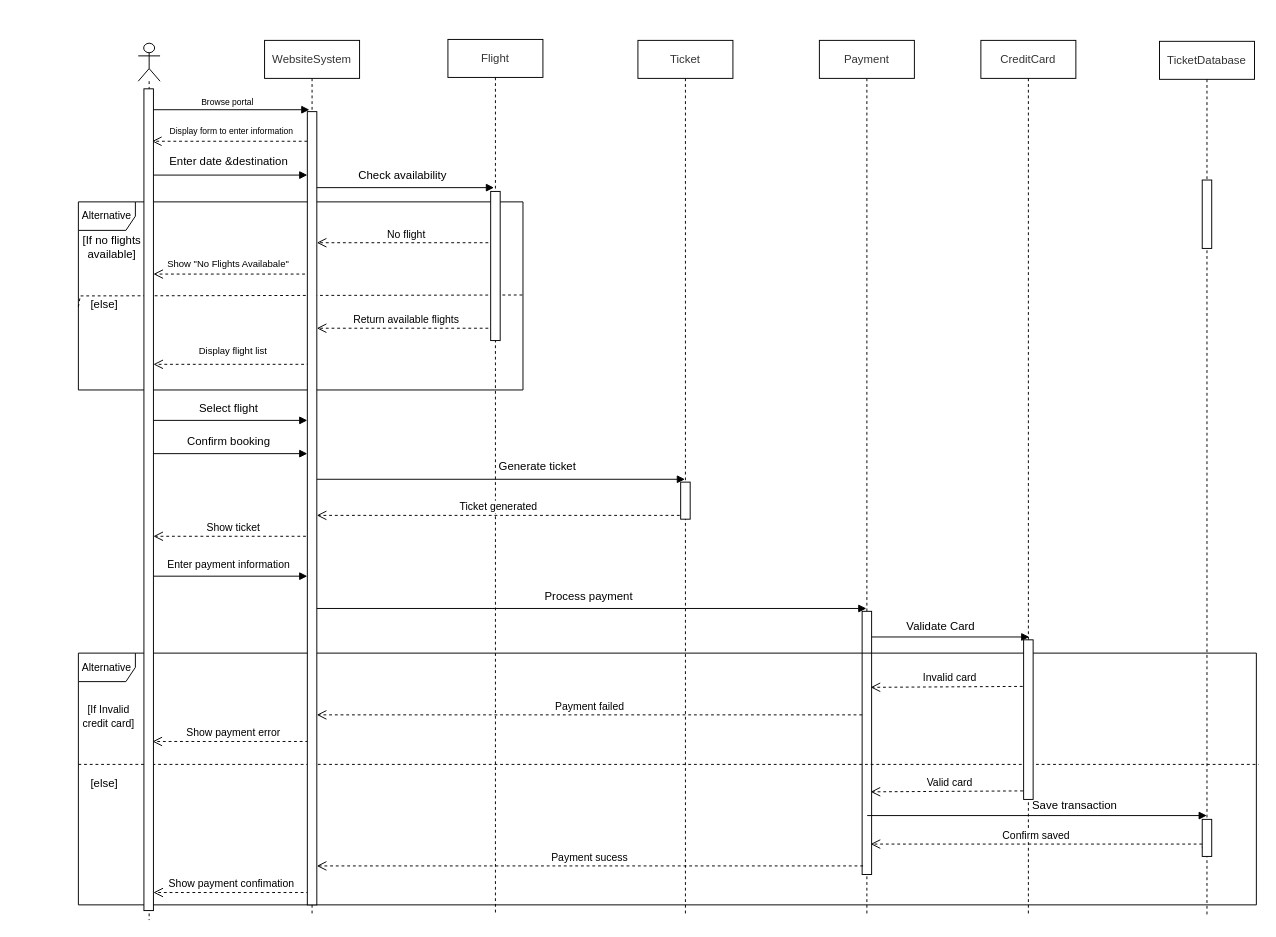
This is sequence.drawio from huyTrinhVAn/Draw-Io-Repo, a draw.io file, before an edit. Source tidied: cells renumbered, new cells numbered last; positions are measured from the earlier drawing's top-left corner, leaving out a move shared by most shapes. Both pictures are drawn from the tidied source at 95%, with x=0, y=0 at pixel (16, 39).
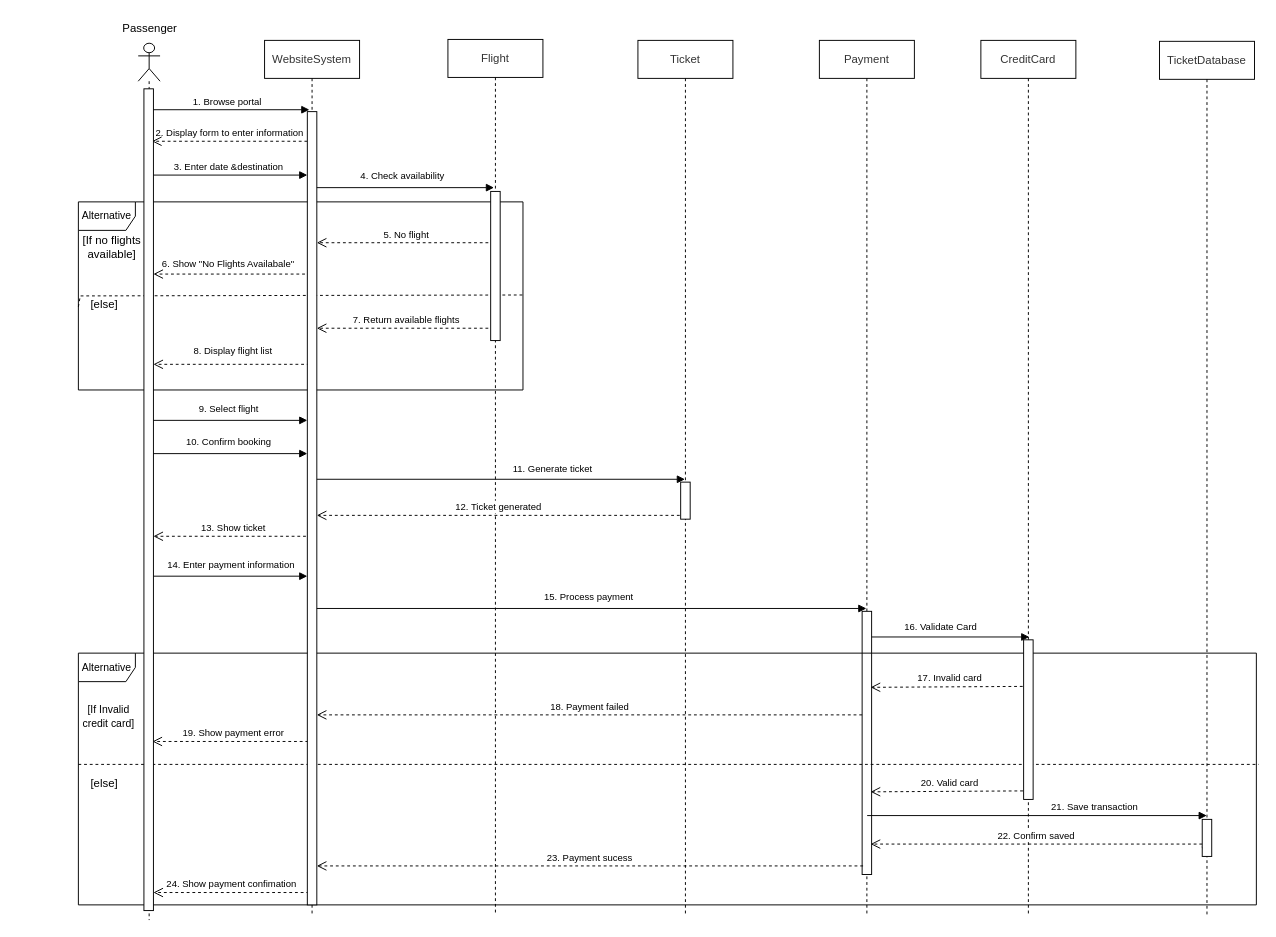
The same diagram, later.

Commit message:
Cập nhật sequence.drawio

Unchanged cells that the change refers to:
```xml
<mxCell id="3" value="&lt;span style=&quot;color: rgb(51, 51, 51); font-family: arial, sans-serif; text-wrap-mode: nowrap; background-color: rgb(255, 255, 255);&quot;&gt;&lt;font style=&quot;font-size: 12px;&quot;&gt;WebsiteSystem&lt;/font&gt;&lt;/span&gt;" style="shape=umlLifeline;perimeter=lifelinePerimeter;whiteSpace=wrap;html=1;outlineConnect=0;portConstraint=eastwest;newEdgeStyle={&quot;curved&quot;:0,&quot;rounded&quot;:0};" parent="1" vertex="1">
  <mxGeometry x="261" y="1" width="100" height="922" as="geometry" />
</mxCell>
<mxCell id="57" style="html=1;points=[[0,0,0,0,5],[0,1,0,0,-5],[1,0,0,0,5],[1,1,0,0,-5]];perimeter=orthogonalPerimeter;outlineConnect=0;targetShapes=umlLifeline;portConstraint=eastwest;newEdgeStyle={&quot;curved&quot;:0,&quot;rounded&quot;:0};" parent="56" vertex="1">
  <mxGeometry x="6" y="48" width="10" height="865" as="geometry" />
</mxCell>
<mxCell id="59" style="html=1;points=[[0,0,0,0,5],[0,1,0,0,-5],[1,0,0,0,5],[1,1,0,0,-5]];perimeter=orthogonalPerimeter;outlineConnect=0;targetShapes=umlLifeline;portConstraint=eastwest;newEdgeStyle={&quot;curved&quot;:0,&quot;rounded&quot;:0};" parent="1" vertex="1">
  <mxGeometry x="306" y="76" width="10" height="835" as="geometry" />
</mxCell>
<mxCell id="63" style="html=1;points=[[0,0,0,0,5],[0,1,0,0,-5],[1,0,0,0,5],[1,1,0,0,-5]];perimeter=orthogonalPerimeter;outlineConnect=0;targetShapes=umlLifeline;portConstraint=eastwest;newEdgeStyle={&quot;curved&quot;:0,&quot;rounded&quot;:0};" parent="1" vertex="1">
  <mxGeometry x="1248" y="821" width="10" height="39" as="geometry" />
</mxCell>
```

What changed in the source:
```diff
@@
-    <mxCell id="10" style="html=1;perimeter=orthogonalPerimeter;targetShapes=umlLifeline;newEdgeStyle={&quot;curved&quot;:0,&quot;rounded&quot;:0};" parent="1" vertex="1">
-      <mxGeometry x="1248" y="148" width="10" height="72" as="geometry" />
-    </mxCell>
@@
-    <mxCell id="12" value="&lt;font style=&quot;font-size: 9px;&quot;&gt;Browse portal&amp;nbsp;&lt;/font&gt;" style="text;html=1;align=center;verticalAlign=middle;whiteSpace=wrap;rounded=0;" parent="1" vertex="1">
+    <mxCell id="12" value="&lt;font style=&quot;font-size: 10px;&quot;&gt;1. Browse portal&amp;nbsp;&lt;/font&gt;" style="text;html=1;align=center;verticalAlign=middle;whiteSpace=wrap;rounded=0;" parent="1" vertex="1">
       <mxGeometry x="162.5" y="58" width="121" height="16" as="geometry" />
     </mxCell>
@@
-    <mxCell id="14" value="Enter date &amp;amp;destination" style="text;html=1;align=center;verticalAlign=middle;whiteSpace=wrap;rounded=0;" parent="1" vertex="1">
-      <mxGeometry x="154.5" y="121" width="137" height="16" as="geometry" />
+    <mxCell id="14" value="&lt;font style=&quot;font-size: 10px;&quot;&gt;3. Enter date &amp;amp;destination&lt;/font&gt;" style="text;html=1;align=center;verticalAlign=middle;whiteSpace=wrap;rounded=0;" parent="1" vertex="1">
+      <mxGeometry x="154.5" y="126" width="137" height="16" as="geometry" />
     </mxCell>
@@
-    <mxCell id="16" value="Check availability" style="text;html=1;align=center;verticalAlign=middle;whiteSpace=wrap;rounded=0;" parent="1" vertex="1">
+    <mxCell id="16" value="&lt;font style=&quot;font-size: 10px;&quot;&gt;4. Check availability&lt;/font&gt;" style="text;html=1;align=center;verticalAlign=middle;whiteSpace=wrap;rounded=0;" parent="1" vertex="1">
       <mxGeometry x="318" y="135" width="177" height="16" as="geometry" />
     </mxCell>
@@
-    <mxCell id="19" value="No flight" style="html=1;verticalAlign=bottom;endArrow=open;dashed=1;endSize=8;curved=0;rounded=0;" parent="1" edge="1" target="59">
+    <mxCell id="19" value="&lt;font style=&quot;font-size: 10px;&quot;&gt;5. No flight&lt;/font&gt;" style="html=1;verticalAlign=bottom;endArrow=open;dashed=1;endSize=8;curved=0;rounded=0;" parent="1" edge="1" target="59">
       <mxGeometry relative="1" as="geometry">
         <mxPoint x="502.5" y="214" as="sourcePoint" />
       </mxGeometry>
     </mxCell>
@@
-    <mxCell id="21" value="&lt;font style=&quot;font-size: 10px;&quot;&gt;Show &quot;No Flights Availabale&quot;&lt;/font&gt;" style="text;html=1;align=center;verticalAlign=middle;whiteSpace=wrap;rounded=0;" parent="1" vertex="1">
+    <mxCell id="21" value="&lt;font style=&quot;font-size: 10px;&quot;&gt;6. Show &quot;No Flights Availabale&quot;&lt;/font&gt;" style="text;html=1;align=center;verticalAlign=middle;whiteSpace=wrap;rounded=0;" parent="1" vertex="1">
       <mxGeometry x="152" y="227" width="142" height="17" as="geometry" />
     </mxCell>
@@
-    <mxCell id="24" value="Return available flights" style="html=1;verticalAlign=bottom;endArrow=open;dashed=1;endSize=8;curved=0;rounded=0;" parent="1" edge="1" target="59">
+    <mxCell id="24" value="&lt;font style=&quot;font-size: 10px;&quot;&gt;7. Return available flights&lt;/font&gt;" style="html=1;verticalAlign=bottom;endArrow=open;dashed=1;endSize=8;curved=0;rounded=0;" parent="1" edge="1" target="59">
       <mxGeometry relative="1" as="geometry">
         <mxPoint x="502.5" y="304" as="sourcePoint" />
       </mxGeometry>
     </mxCell>
@@
-    <mxCell id="26" value="&lt;span style=&quot;font-size: 10px;&quot;&gt;Display flight list&lt;/span&gt;" style="text;html=1;align=center;verticalAlign=middle;whiteSpace=wrap;rounded=0;" parent="1" vertex="1">
+    <mxCell id="26" value="&lt;span style=&quot;font-size: 10px;&quot;&gt;8. Display flight list&lt;/span&gt;" style="text;html=1;align=center;verticalAlign=middle;whiteSpace=wrap;rounded=0;" parent="1" vertex="1">
       <mxGeometry x="157" y="319" width="142" height="17" as="geometry" />
     </mxCell>
@@
-    <mxCell id="28" value="Select flight" style="text;html=1;align=center;verticalAlign=middle;whiteSpace=wrap;rounded=0;" parent="1" vertex="1">
+    <mxCell id="28" value="&lt;font style=&quot;font-size: 10px;&quot;&gt;9. Select flight&lt;/font&gt;" style="text;html=1;align=center;verticalAlign=middle;whiteSpace=wrap;rounded=0;" parent="1" vertex="1">
       <mxGeometry x="162.5" y="381" width="121" height="16" as="geometry" />
     </mxCell>
@@
-    <mxCell id="30" value="Confirm booking" style="text;html=1;align=center;verticalAlign=middle;whiteSpace=wrap;rounded=0;" parent="1" vertex="1">
+    <mxCell id="30" value="&lt;font style=&quot;font-size: 10px;&quot;&gt;10. Confirm booking&lt;/font&gt;" style="text;html=1;align=center;verticalAlign=middle;whiteSpace=wrap;rounded=0;" parent="1" vertex="1">
       <mxGeometry x="162.5" y="415" width="121" height="16" as="geometry" />
     </mxCell>
@@
-    <mxCell id="32" value="Generate ticket" style="text;html=1;align=center;verticalAlign=middle;whiteSpace=wrap;rounded=0;" parent="1" vertex="1">
-      <mxGeometry x="454" y="442" width="189" height="16" as="geometry" />
+    <mxCell id="32" value="&lt;font style=&quot;font-size: 10px;&quot;&gt;11. Generate ticket&lt;/font&gt;" style="text;html=1;align=center;verticalAlign=middle;whiteSpace=wrap;rounded=0;" parent="1" vertex="1">
+      <mxGeometry x="470" y="444" width="189" height="16" as="geometry" />
     </mxCell>
-    <mxCell id="33" value="Ticket generated" style="html=1;verticalAlign=bottom;endArrow=open;dashed=1;endSize=8;curved=0;rounded=0;" parent="1" edge="1" target="59">
+    <mxCell id="33" value="&lt;font style=&quot;font-size: 10px;&quot;&gt;12. Ticket generated&lt;/font&gt;" style="html=1;verticalAlign=bottom;endArrow=open;dashed=1;endSize=8;curved=0;rounded=0;" parent="1" edge="1" target="59">
       <mxGeometry relative="1" as="geometry">
         <mxPoint x="698" y="501" as="sourcePoint" />
         <Array as="points">
           <mxPoint x="678" y="501" />
         </Array>
       </mxGeometry>
     </mxCell>
-    <mxCell id="34" value="Show ticket" style="html=1;verticalAlign=bottom;endArrow=open;dashed=1;endSize=8;curved=0;rounded=0;" parent="1" edge="1" source="3" target="57">
+    <mxCell id="34" value="&lt;font style=&quot;font-size: 10px;&quot;&gt;13. Show ticket&lt;/font&gt;" style="html=1;verticalAlign=bottom;endArrow=open;dashed=1;endSize=8;curved=0;rounded=0;" parent="1" edge="1" source="3" target="57">
       <mxGeometry relative="1" as="geometry">
         <Array as="points">
           <mxPoint x="161" y="523" />
         </Array>
       </mxGeometry>
     </mxCell>
@@
-    <mxCell id="36" value="&lt;div style=&quot;text-align: center;&quot;&gt;&lt;span style=&quot;color: light-dark(rgb(0, 0, 0), rgb(255, 255, 255)); font-size: 11px; text-wrap-mode: nowrap; background-color: rgb(255, 255, 255);&quot;&gt;Enter payment information&lt;/span&gt;&lt;/div&gt;" style="text;whiteSpace=wrap;html=1;" parent="1" vertex="1">
+    <mxCell id="36" value="&lt;div style=&quot;text-align: center;&quot;&gt;&lt;span style=&quot;color: light-dark(rgb(0, 0, 0), rgb(255, 255, 255)); text-wrap-mode: nowrap; background-color: rgb(255, 255, 255);&quot;&gt;&lt;font style=&quot;font-size: 10px;&quot;&gt;14. Enter payment information&lt;/font&gt;&lt;/span&gt;&lt;/div&gt;" style="text;whiteSpace=wrap;html=1;" parent="1" vertex="1">
       <mxGeometry x="157" y="539" width="119" height="22" as="geometry" />
     </mxCell>
@@
-    <mxCell id="38" value="Process payment" style="text;html=1;align=center;verticalAlign=middle;whiteSpace=wrap;rounded=0;" parent="1" vertex="1">
+    <mxCell id="38" value="&lt;font style=&quot;font-size: 10px;&quot;&gt;15. Process payment&lt;/font&gt;" style="text;html=1;align=center;verticalAlign=middle;whiteSpace=wrap;rounded=0;" parent="1" vertex="1">
       <mxGeometry x="508" y="579" width="189" height="16" as="geometry" />
     </mxCell>
@@
-    <mxCell id="40" value="Validate Card" style="text;html=1;align=center;verticalAlign=middle;whiteSpace=wrap;rounded=0;" parent="1" vertex="1">
+    <mxCell id="40" value="&lt;font style=&quot;font-size: 10px;&quot;&gt;16. Validate Card&lt;/font&gt;" style="text;html=1;align=center;verticalAlign=middle;whiteSpace=wrap;rounded=0;" parent="1" vertex="1">
       <mxGeometry x="895" y="610" width="156" height="16" as="geometry" />
     </mxCell>
@@
-    <mxCell id="45" value="Invalid card" style="html=1;verticalAlign=bottom;endArrow=open;dashed=1;endSize=8;curved=0;rounded=0;" parent="1" edge="1">
+    <mxCell id="45" value="&lt;font style=&quot;font-size: 10px;&quot;&gt;17. Invalid card&lt;/font&gt;" style="html=1;verticalAlign=bottom;endArrow=open;dashed=1;endSize=8;curved=0;rounded=0;" parent="1" edge="1">
       <mxGeometry relative="1" as="geometry">
         <mxPoint x="1065" y="681" as="sourcePoint" />
         <mxPoint x="899" y="682" as="targetPoint" />
       </mxGeometry>
     </mxCell>
-    <mxCell id="46" value="Payment failed" style="html=1;verticalAlign=bottom;endArrow=open;dashed=1;endSize=8;curved=0;rounded=0;" parent="1" edge="1" target="59">
+    <mxCell id="46" value="&lt;font style=&quot;font-size: 10px;&quot;&gt;18. Payment failed&lt;/font&gt;" style="html=1;verticalAlign=bottom;endArrow=open;dashed=1;endSize=8;curved=0;rounded=0;" parent="1" edge="1" target="59">
       <mxGeometry relative="1" as="geometry">
         <mxPoint x="890" y="711" as="sourcePoint" />
       </mxGeometry>
     </mxCell>
-    <mxCell id="47" value="Show payment error" style="html=1;verticalAlign=bottom;endArrow=open;dashed=1;endSize=8;curved=0;rounded=0;" parent="1" edge="1">
+    <mxCell id="47" value="&lt;font style=&quot;font-size: 10px;&quot;&gt;19. Show payment error&lt;/font&gt;" style="html=1;verticalAlign=bottom;endArrow=open;dashed=1;endSize=8;curved=0;rounded=0;" parent="1" edge="1">
       <mxGeometry relative="1" as="geometry">
         <mxPoint x="313" y="739" as="sourcePoint" />
         <mxPoint x="143" y="739" as="targetPoint" />
       </mxGeometry>
     </mxCell>
-    <mxCell id="48" value="Valid card" style="html=1;verticalAlign=bottom;endArrow=open;dashed=1;endSize=8;curved=0;rounded=0;" parent="1" edge="1">
+    <mxCell id="48" value="&lt;font style=&quot;font-size: 10px;&quot;&gt;20. Valid card&lt;/font&gt;" style="html=1;verticalAlign=bottom;endArrow=open;dashed=1;endSize=8;curved=0;rounded=0;" parent="1" edge="1">
       <mxGeometry relative="1" as="geometry">
         <mxPoint x="1065.3" y="791" as="sourcePoint" />
         <mxPoint x="899" y="792" as="targetPoint" />
       </mxGeometry>
     </mxCell>
@@
-    <mxCell id="50" value="Save transaction" style="text;html=1;align=center;verticalAlign=middle;whiteSpace=wrap;rounded=0;" parent="1" vertex="1">
-      <mxGeometry x="1036.3" y="799" width="156" height="16" as="geometry" />
+    <mxCell id="50" value="&lt;font style=&quot;font-size: 10px;&quot;&gt;21. Save transaction&lt;/font&gt;" style="text;html=1;align=center;verticalAlign=middle;whiteSpace=wrap;rounded=0;" parent="1" vertex="1">
+      <mxGeometry x="1057" y="800" width="156" height="16" as="geometry" />
     </mxCell>
-    <mxCell id="51" value="Confirm saved" style="html=1;verticalAlign=bottom;endArrow=open;dashed=1;endSize=8;curved=0;rounded=0;" parent="1" edge="1" source="63">
+    <mxCell id="51" value="&lt;font style=&quot;font-size: 10px;&quot;&gt;22. Confirm saved&lt;/font&gt;" style="html=1;verticalAlign=bottom;endArrow=open;dashed=1;endSize=8;curved=0;rounded=0;" parent="1" edge="1" source="63">
       <mxGeometry relative="1" as="geometry">
         <mxPoint x="899" y="847" as="targetPoint" />
       </mxGeometry>
     </mxCell>
-    <mxCell id="52" value="Payment sucess" style="html=1;verticalAlign=bottom;endArrow=open;dashed=1;endSize=8;curved=0;rounded=0;" parent="1" edge="1" target="59">
+    <mxCell id="52" value="&lt;font style=&quot;font-size: 10px;&quot;&gt;23. Payment sucess&lt;/font&gt;" style="html=1;verticalAlign=bottom;endArrow=open;dashed=1;endSize=8;curved=0;rounded=0;" parent="1" edge="1" target="59">
       <mxGeometry relative="1" as="geometry">
         <mxPoint x="891" y="870" as="sourcePoint" />
       </mxGeometry>
     </mxCell>
-    <mxCell id="53" value="Show payment confimation" style="html=1;verticalAlign=bottom;endArrow=open;dashed=1;endSize=8;curved=0;rounded=0;" parent="1" edge="1" target="57">
+    <mxCell id="53" value="&lt;font style=&quot;font-size: 10px;&quot;&gt;24. Show payment confimation&lt;/font&gt;" style="html=1;verticalAlign=bottom;endArrow=open;dashed=1;endSize=8;curved=0;rounded=0;" parent="1" edge="1" target="57">
       <mxGeometry relative="1" as="geometry">
         <mxPoint x="308" y="898" as="sourcePoint" />
       </mxGeometry>
     </mxCell>
@@
-    <mxCell id="55" value="&lt;font style=&quot;font-size: 9px;&quot;&gt;Display form to enter information&lt;/font&gt;" style="text;html=1;align=center;verticalAlign=middle;whiteSpace=wrap;rounded=0;" parent="1" vertex="1">
-      <mxGeometry x="148" y="88" width="157" height="16" as="geometry" />
+    <mxCell id="55" value="&lt;font style=&quot;font-size: 10px;&quot;&gt;2. Display form to enter information&lt;/font&gt;" style="text;html=1;align=center;verticalAlign=middle;whiteSpace=wrap;rounded=0;" parent="1" vertex="1">
+      <mxGeometry x="143" y="90" width="163" height="16" as="geometry" />
     </mxCell>
@@
+    <mxCell id="64" value="Passenger" style="text;html=1;align=center;verticalAlign=middle;strokeColor=none;fillColor=none;" parent="1" vertex="1">
+      <mxGeometry x="102.5" y="-24" width="75" height="26" as="geometry" />
+    </mxCell>
```
